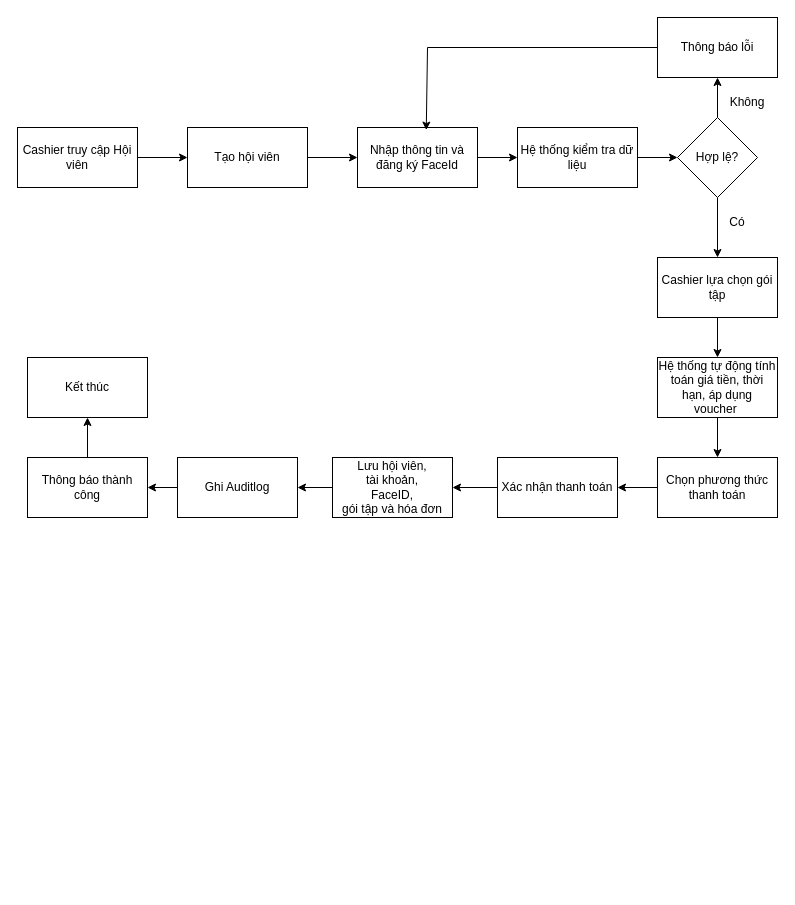
Above: SoDo/NghiepVu/Cashier/Tạo hội viên.drawio in NguyenVanTruongdv/LuanVan (draw.io), before the change. Source tidied: cells renumbered, new cells numbered last; positions are measured from the earlier drawing's top-left corner, leaving out a move shared by most shapes. Both pictures are drawn from the tidied source at 100%, with x=0, y=0 at pixel (17, 17).
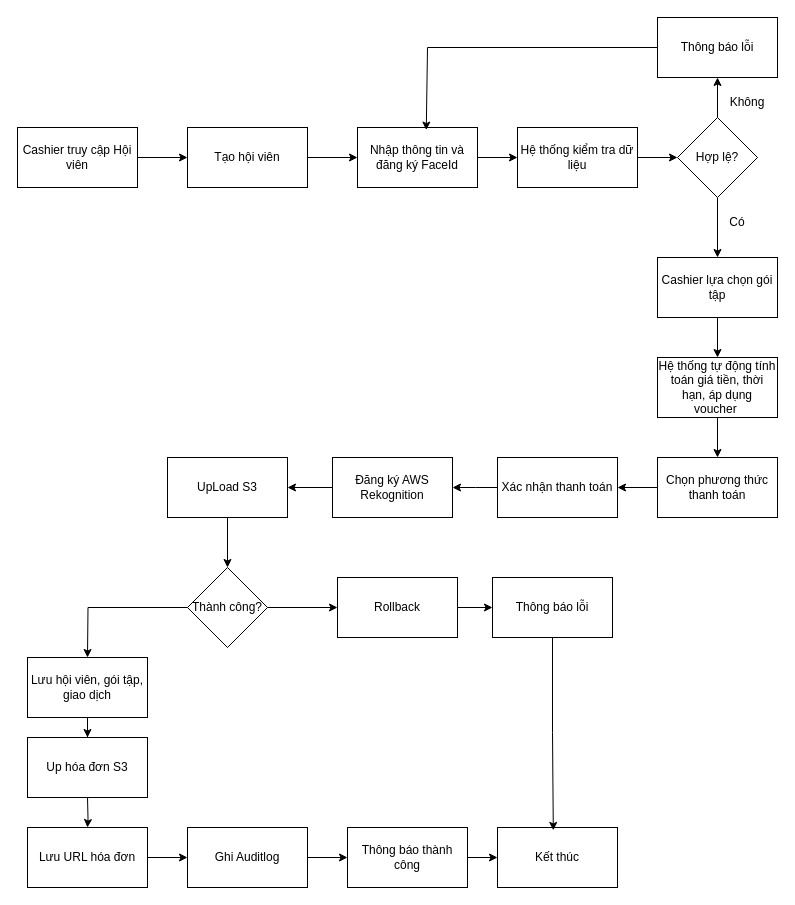
Above is the later version.

The change refers to these unchanged cells:
```xml
<mxCell id="21" value="Xác nhận thanh toán" style="rounded=0;whiteSpace=wrap;html=1;" parent="1" vertex="1">
  <mxGeometry x="480" y="440" width="120" height="60" as="geometry" />
</mxCell>
```

What changed in the source:
```diff
@@
-    <mxCell id="20" style="edgeStyle=orthogonalEdgeStyle;rounded=0;jettySize=auto;html=1;" parent="1" edge="1" source="21" target="23">
-      <mxGeometry relative="1" as="geometry" />
+    <mxCell id="20" style="edgeStyle=orthogonalEdgeStyle;rounded=0;jettySize=auto;html=1;" parent="1" edge="1" source="21">
+      <mxGeometry relative="1" as="geometry">
+        <mxPoint x="435" y="470" as="targetPoint" />
+      </mxGeometry>
     </mxCell>
@@
-    <mxCell id="22" style="edgeStyle=orthogonalEdgeStyle;rounded=0;jettySize=auto;html=1;" parent="1" edge="1" source="23" target="25">
-      <mxGeometry relative="1" as="geometry" />
-    </mxCell>
-    <mxCell id="23" value="Lưu hội viên,&lt;br/&gt;tài khoản,&lt;br/&gt;FaceID,&lt;br/&gt;gói tập và hóa đơn" style="rounded=0;whiteSpace=wrap;html=1;" parent="1" vertex="1">
-      <mxGeometry x="315" y="440" width="120" height="60" as="geometry" />
-    </mxCell>
-    <mxCell id="24" style="edgeStyle=orthogonalEdgeStyle;rounded=0;jettySize=auto;html=1;" parent="1" edge="1" source="25" target="27">
+    <mxCell id="24" style="edgeStyle=orthogonalEdgeStyle;rounded=0;jettySize=auto;html=1;" parent="1" edge="1" source="47" target="27">
       <mxGeometry relative="1" as="geometry" />
     </mxCell>
-    <mxCell id="25" value="Ghi Auditlog" style="rounded=0;whiteSpace=wrap;html=1;" parent="1" vertex="1">
-      <mxGeometry x="160" y="440" width="120" height="60" as="geometry" />
+    <mxCell id="25" value="Lưu URL hóa đơn" style="rounded=0;whiteSpace=wrap;html=1;" parent="1" vertex="1">
+      <mxGeometry x="10" y="810" width="120" height="60" as="geometry" />
     </mxCell>
@@
     <mxCell id="27" value="Thông báo thành công" style="rounded=0;whiteSpace=wrap;html=1;" parent="1" vertex="1">
-      <mxGeometry x="10" y="440" width="120" height="60" as="geometry" />
+      <mxGeometry x="330" y="810" width="120" height="60" as="geometry" />
     </mxCell>
-    <mxCell id="28" value="Kết thúc" style="rounded=0;whiteSpace=wrap;html=1;" parent="1" vertex="1">
-      <mxGeometry x="10" y="340" width="120" height="60" as="geometry" />
-    </mxCell>
+    <mxCell id="32" style="edgeStyle=orthogonalEdgeStyle;rounded=0;jettySize=auto;html=1;" parent="1" edge="1" target="25">
+      <mxGeometry relative="1" as="geometry">
+        <mxPoint x="70" y="780" as="sourcePoint" />
+      </mxGeometry>
+    </mxCell>
@@
+    <mxCell id="33" style="edgeStyle=orthogonalEdgeStyle;rounded=0;jettySize=auto;html=1;" parent="1" edge="1" source="48" target="38">
+      <mxGeometry relative="1" as="geometry" />
+    </mxCell>
+    <mxCell id="34" style="edgeStyle=orthogonalEdgeStyle;rounded=0;jettySize=auto;html=1;" parent="1" edge="1" source="35" target="48">
+      <mxGeometry relative="1" as="geometry" />
+    </mxCell>
+    <mxCell id="35" value=" Đăng ký AWS Rekognition" style="rounded=0;whiteSpace=wrap;html=1;" parent="1" vertex="1">
+      <mxGeometry x="315" y="440" width="120" height="60" as="geometry" />
+    </mxCell>
+    <mxCell id="36" style="edgeStyle=orthogonalEdgeStyle;rounded=0;jettySize=auto;html=1;" parent="1" edge="1" source="38">
+      <mxGeometry relative="1" as="geometry">
+        <mxPoint x="70" y="640" as="targetPoint" />
+      </mxGeometry>
+    </mxCell>
+    <mxCell id="37" style="edgeStyle=orthogonalEdgeStyle;rounded=0;jettySize=auto;html=1;" parent="1" edge="1" source="38" target="40">
+      <mxGeometry relative="1" as="geometry" />
+    </mxCell>
+    <mxCell id="38" value="Thành công?" style="rhombus;whiteSpace=wrap;html=1;shapeInside=1;" parent="1" vertex="1">
+      <mxGeometry x="170" y="550" width="80" height="80" as="geometry" />
+    </mxCell>
+    <mxCell id="28" value="Kết thúc" style="rounded=0;whiteSpace=wrap;html=1;" parent="1" vertex="1">
+      <mxGeometry x="480" y="810" width="120" height="60" as="geometry" />
+    </mxCell>
+    <mxCell id="39" style="edgeStyle=orthogonalEdgeStyle;rounded=0;jettySize=auto;html=1;" parent="1" edge="1" source="40" target="41">
+      <mxGeometry relative="1" as="geometry" />
+    </mxCell>
+    <mxCell id="40" value="Rollback" style="rounded=0;whiteSpace=wrap;html=1;" parent="1" vertex="1">
+      <mxGeometry x="320" y="560" width="120" height="60" as="geometry" />
+    </mxCell>
+    <mxCell id="41" value="Thông báo lỗi" style="rounded=0;whiteSpace=wrap;html=1;" parent="1" vertex="1">
+      <mxGeometry x="475" y="560" width="120" height="60" as="geometry" />
+    </mxCell>
+    <mxCell id="42" style="edgeStyle=orthogonalEdgeStyle;rounded=0;jettySize=auto;html=1;entryX=0.465;entryY=0.048;entryDx=0;entryDy=0;entryPerimeter=0;" parent="1" edge="1" source="41" target="28">
+      <mxGeometry relative="1" as="geometry" />
+    </mxCell>
+    <mxCell id="43" style="edgeStyle=orthogonalEdgeStyle;rounded=0;jettySize=auto;html=1;" parent="1" edge="1" source="44" target="45">
+      <mxGeometry relative="1" as="geometry" />
+    </mxCell>
+    <mxCell id="44" value="Lưu hội viên, gói tập, giao dịch" style="rounded=0;whiteSpace=wrap;html=1;" parent="1" vertex="1">
+      <mxGeometry x="10" y="640" width="120" height="60" as="geometry" />
+    </mxCell>
+    <mxCell id="45" value="Up hóa đơn S3" style="rounded=0;whiteSpace=wrap;html=1;" parent="1" vertex="1">
+      <mxGeometry x="10" y="720" width="120" height="60" as="geometry" />
+    </mxCell>
+    <mxCell id="46" style="edgeStyle=orthogonalEdgeStyle;rounded=0;jettySize=auto;html=1;" parent="1" edge="1" source="25" target="47">
+      <mxGeometry relative="1" as="geometry" />
+    </mxCell>
+    <mxCell id="47" value="Ghi Auditlog" style="rounded=0;whiteSpace=wrap;html=1;" parent="1" vertex="1">
+      <mxGeometry x="170" y="810" width="120" height="60" as="geometry" />
+    </mxCell>
+    <mxCell id="48" value="UpLoad S3" style="rounded=0;whiteSpace=wrap;html=1;" parent="1" vertex="1">
+      <mxGeometry x="150" y="440" width="120" height="60" as="geometry" />
+    </mxCell>
```
